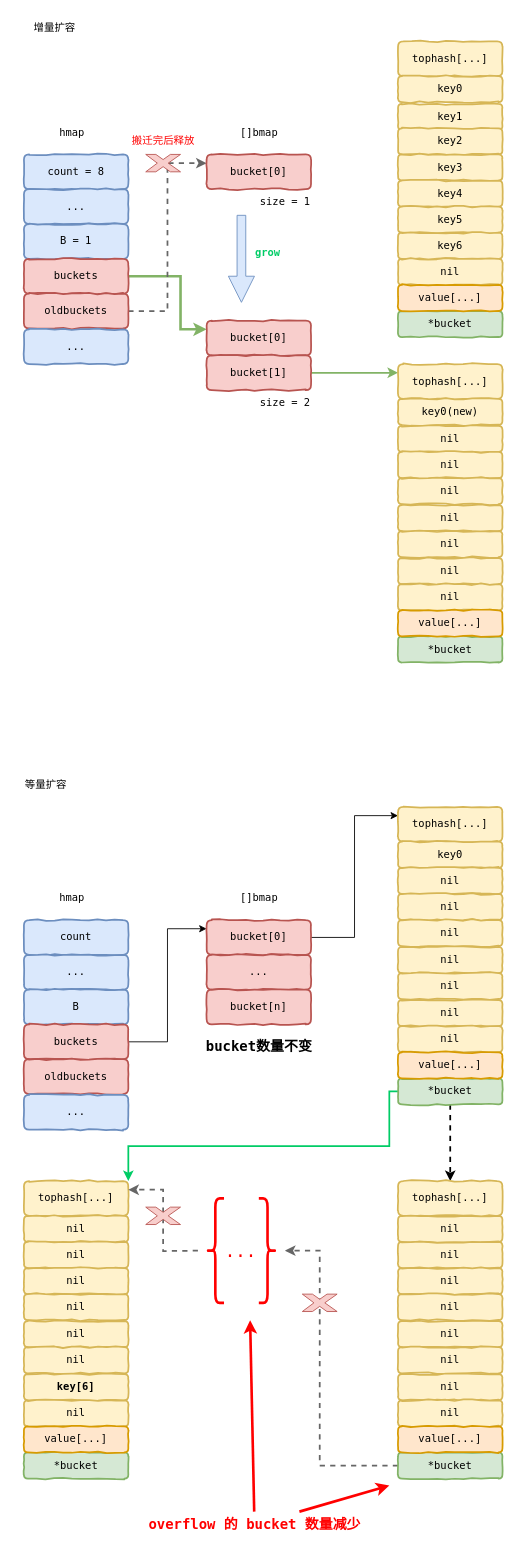
This is BlogImages/GO/base/map-grow.drawio from JoyChenNo1/JoyChenNo1.github.io, a draw.io file, before an edit. Source tidied: cells renumbered, new cells numbered last; positions are measured from the earlier drawing's top-left corner, leaving out a move shared by most shapes. Both pictures are drawn from the tidied source at 87%, with x=0, y=0 at pixel (15, 15).
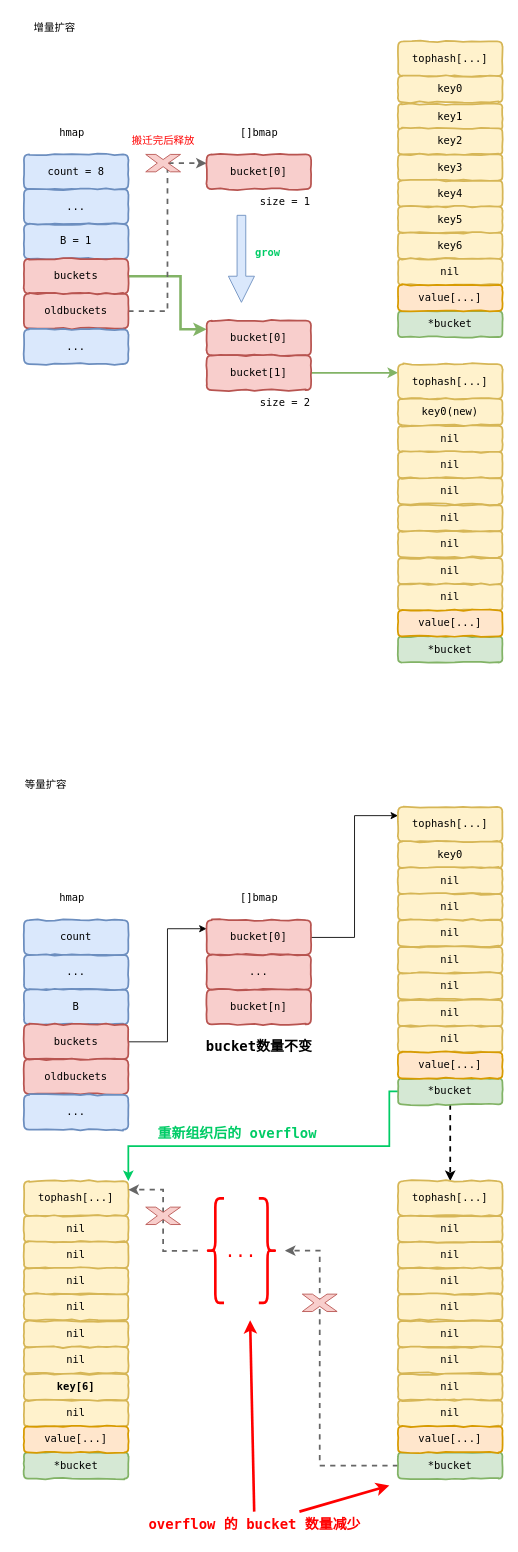
After the change.

Change to the diagram source:
```diff
@@
+    <mxCell id="105" value="&lt;font color=&quot;#00cc66&quot; size=&quot;1&quot; style=&quot;&quot; face=&quot;Monaco&quot;&gt;&lt;b style=&quot;font-size: 16px;&quot;&gt;重新组织后的 overflow&lt;/b&gt;&lt;/font&gt;" style="text;html=1;align=center;verticalAlign=middle;strokeColor=none;fillColor=none;fontSize=12;fontFamily=Helvetica;fontColor=default;" parent="1" vertex="1">
+      <mxGeometry x="150" y="1270" width="210" height="30" as="geometry" />
+    </mxCell>
```
